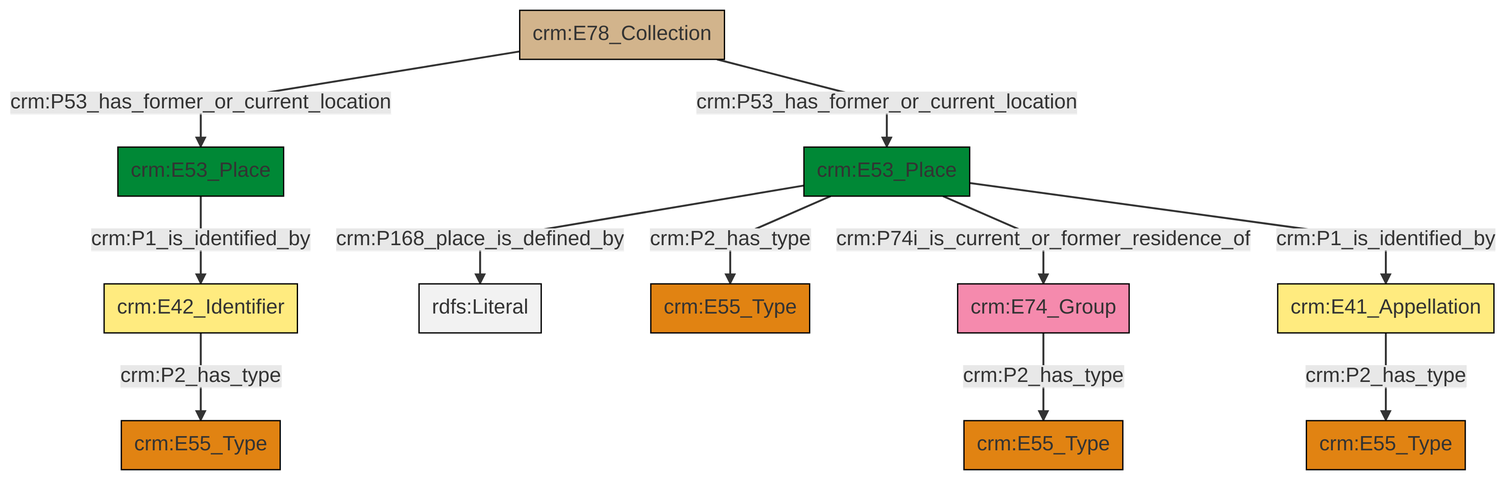
Before: et/archivalCSV/ttl/mmd/png/archival_location.png, a diagram exported from Mermaid (swiss-art-research-net/docs.swissartresearch). Its source is kept beside it as et/archivalCSV/ttl/mmd/archival_location.ttl.mmd.
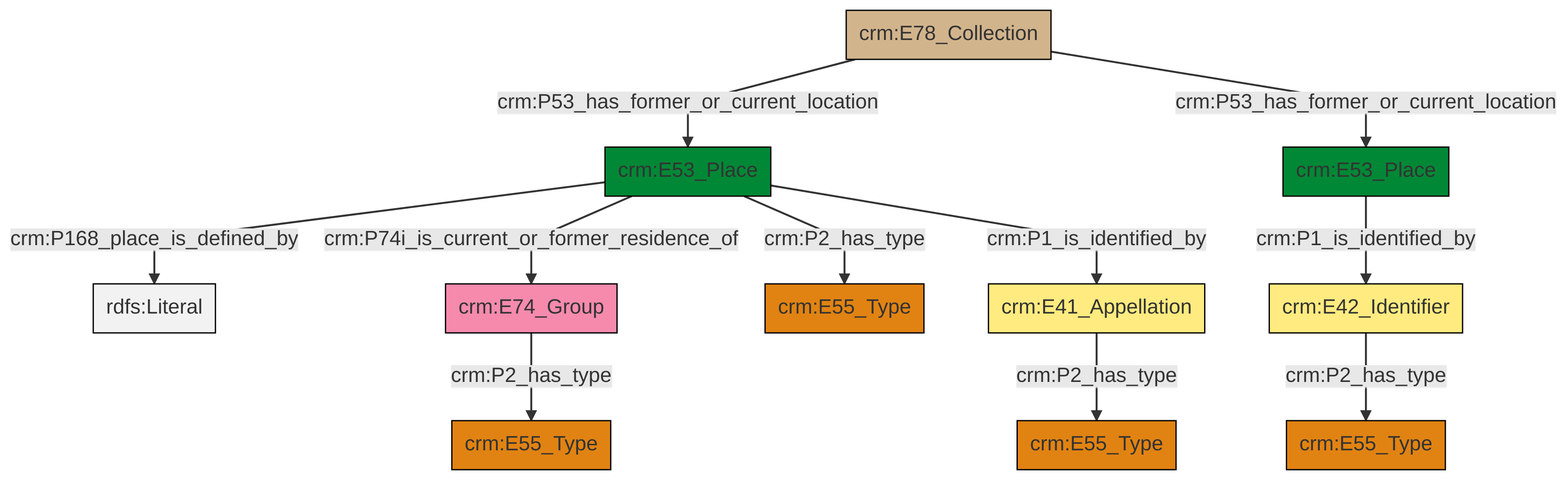
The same diagram one commit later.

Change to the diagram source:
```diff
@@ -13,13 +13,13 @@
 classDef PC_Classes fill:#4ce600, stroke:#000000;
 classDef Multi fill:#cccccc,stroke:#000000;
 
-4["crm:E74_Group"]:::Actor -->|crm:P2_has_type| 5["crm:E55_Type"]:::Type
-6["crm:E53_Place"]:::Place -->|crm:P168_place_is_defined_by| 7[rdfs:Literal]:::Literal
-10["crm:E78_Collection"]:::Physical_Thing -->|crm:P53_has_former_or_current_location| 8["crm:E53_Place"]:::Place
-8["crm:E53_Place"]:::Place -->|crm:P1_is_identified_by| 11["crm:E42_Identifier"]:::Appellation
-10["crm:E78_Collection"]:::Physical_Thing -->|crm:P53_has_former_or_current_location| 6["crm:E53_Place"]:::Place
-11["crm:E42_Identifier"]:::Appellation -->|crm:P2_has_type| 14["crm:E55_Type"]:::Type
-15["crm:E41_Appellation"]:::Appellation -->|crm:P2_has_type| 0["crm:E55_Type"]:::Type
-6["crm:E53_Place"]:::Place -->|crm:P2_has_type| 2["crm:E55_Type"]:::Type
-6["crm:E53_Place"]:::Place -->|crm:P74i_is_current_or_former_residence_of| 4["crm:E74_Group"]:::Actor
-6["crm:E53_Place"]:::Place -->|crm:P1_is_identified_by| 15["crm:E41_Appellation"]:::Appellation
+0["crm:E53_Place"]:::Place -->|crm:P168_place_is_defined_by| 1[rdfs:Literal]:::Literal
+0["crm:E53_Place"]:::Place -->|crm:P74i_is_current_or_former_residence_of| 6["crm:E74_Group"]:::Actor
+7["crm:E78_Collection"]:::Physical_Thing -->|crm:P53_has_former_or_current_location| 0["crm:E53_Place"]:::Place
+4["crm:E41_Appellation"]:::Appellation -->|crm:P2_has_type| 2["crm:E55_Type"]:::Type
+7["crm:E78_Collection"]:::Physical_Thing -->|crm:P53_has_former_or_current_location| 11["crm:E53_Place"]:::Place
+0["crm:E53_Place"]:::Place -->|crm:P2_has_type| 12["crm:E55_Type"]:::Type
+0["crm:E53_Place"]:::Place -->|crm:P1_is_identified_by| 4["crm:E41_Appellation"]:::Appellation
+6["crm:E74_Group"]:::Actor -->|crm:P2_has_type| 14["crm:E55_Type"]:::Type
+8["crm:E42_Identifier"]:::Appellation -->|crm:P2_has_type| 18["crm:E55_Type"]:::Type
+11["crm:E53_Place"]:::Place -->|crm:P1_is_identified_by| 8["crm:E42_Identifier"]:::Appellation
```
